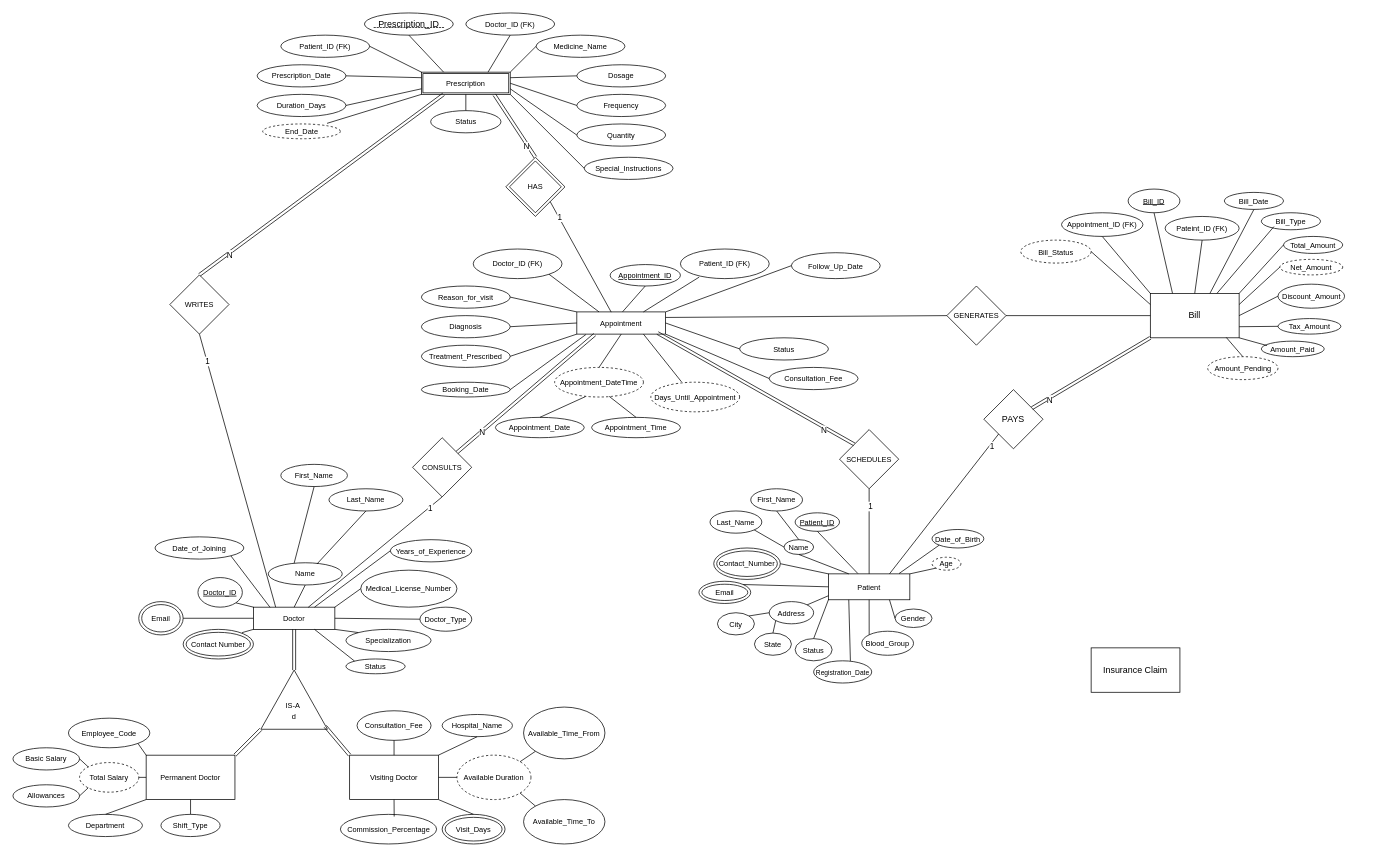
ivory-26/frontend-notes-app keeps this draw.io diagram as erdiagram.drawio. Above is the earlier version. Source tidied: cells renumbered, new cells numbered last; positions are measured from the earlier drawing's top-left corner, leaving out a move shared by most shapes. Both pictures are drawn from the tidied source at 74%, with x=0, y=0 at pixel (13, 13).
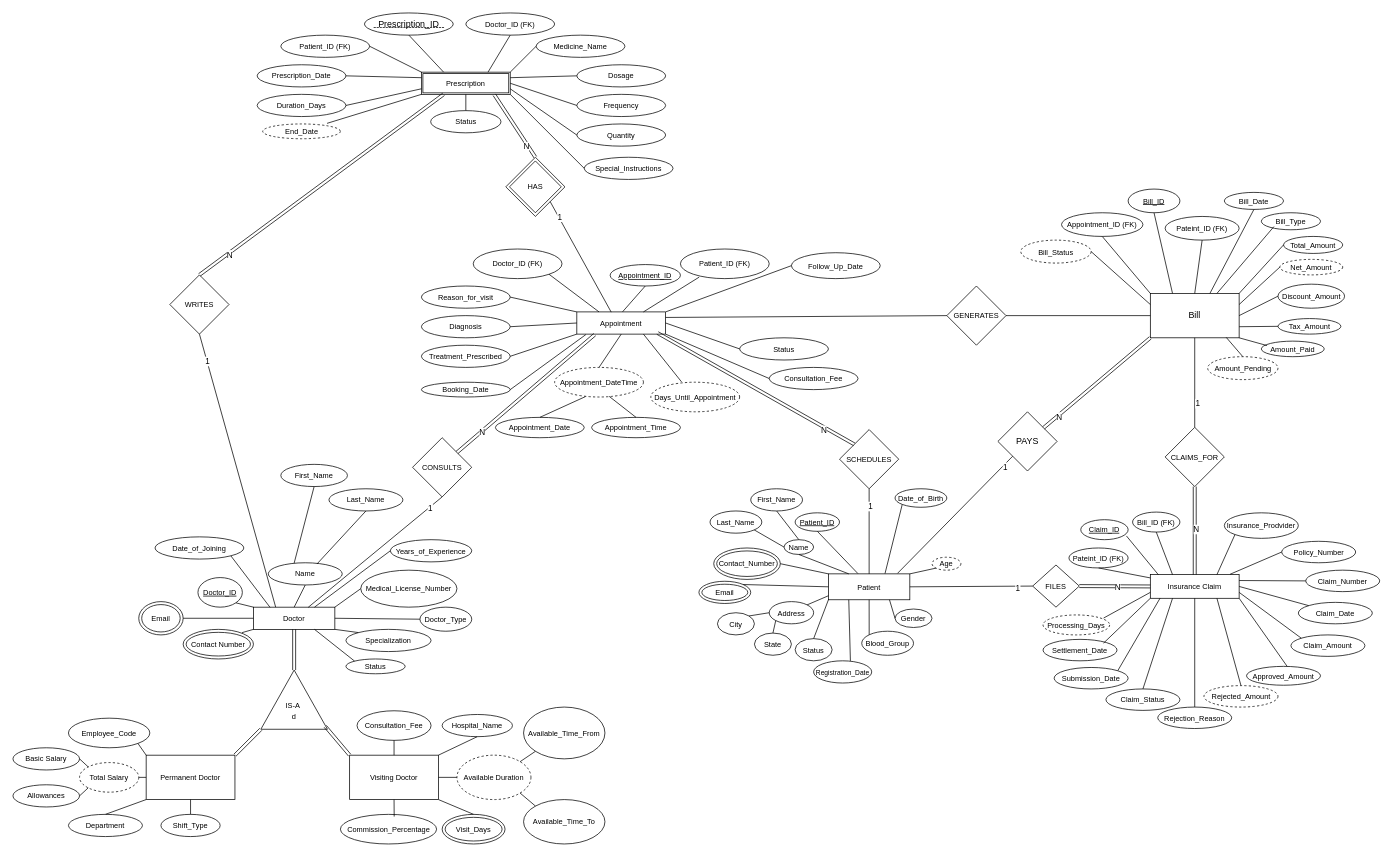
After the change.

Unchanged cells that the change refers to:
```xml
<mxCell id="60" value="&lt;font style=&quot;font-size: 10px;&quot;&gt;Patient&lt;/font&gt;" style="rounded=0;whiteSpace=wrap;html=1;" parent="1" vertex="1">
  <mxGeometry x="1102" y="758" width="110" height="35" as="geometry" />
</mxCell>
<mxCell id="131" value="Bill" style="rounded=0;whiteSpace=wrap;html=1;" parent="1" vertex="1">
  <mxGeometry x="1537" y="379" width="120" height="60" as="geometry" />
</mxCell>
```

Change to the diagram source:
```diff
@@
     <mxCell id="65" value="&lt;font style=&quot;font-size: 10px;&quot;&gt;Date_of_Birth&lt;/font&gt;" style="ellipse;whiteSpace=wrap;html=1;" parent="1" vertex="1">
-      <mxGeometry x="1242" y="698" width="70" height="25" as="geometry" />
+      <mxGeometry x="1192" y="643" width="70" height="25" as="geometry" />
     </mxCell>
@@
-    <mxCell id="80" style="endArrow=none;html=1;rounded=0;entryX=0;entryY=1;entryDx=0;entryDy=0;exitX=0.867;exitY=-0.011;exitDx=0;exitDy=0;exitPerimeter=0;" parent="1" edge="1" source="60" target="65">
+    <mxCell id="80" style="endArrow=none;html=1;rounded=0;entryX=0;entryY=1;entryDx=0;entryDy=0;exitX=0.695;exitY=-0.011;exitDx=0;exitDy=0;exitPerimeter=0;" parent="1" edge="1" source="60" target="65">
       <mxGeometry relative="1" as="geometry" />
     </mxCell>
@@
-    <mxCell id="132" value="Insurance Claim" style="rounded=0;whiteSpace=wrap;html=1;" parent="1" vertex="1">
-      <mxGeometry x="1457" y="858" width="120" height="60" as="geometry" />
-    </mxCell>
@@
     <mxCell id="200" value="PAYS" style="rhombus;whiteSpace=wrap;html=1;" parent="1" vertex="1">
-      <mxGeometry x="1312" y="509" width="80" height="80" as="geometry" />
+      <mxGeometry x="1331" y="539" width="80" height="80" as="geometry" />
     </mxCell>
-    <mxCell id="201" style="endArrow=none;html=1;rounded=0;entryX=0;entryY=1;entryDx=0;entryDy=0;exitX=0.75;exitY=0;exitDx=0;exitDy=0;" parent="1" edge="1" source="60" target="200">
+    <mxCell id="201" style="endArrow=none;html=1;rounded=0;entryX=0;entryY=1;entryDx=0;entryDy=0;exitX=0.849;exitY=-0.021;exitDx=0;exitDy=0;exitPerimeter=0;" parent="1" edge="1" source="60" target="200">
       <mxGeometry relative="1" as="geometry" />
     </mxCell>
@@
+    <mxCell id="132" value="&lt;font style=&quot;font-size: 10px;&quot;&gt;Insurance Claim&lt;/font&gt;" style="rounded=0;whiteSpace=wrap;html=1;" parent="1" vertex="1">
+      <mxGeometry x="1537" y="759" width="120" height="32" as="geometry" />
+    </mxCell>
+    <mxCell id="205" value="&lt;font style=&quot;font-size: 10px;&quot;&gt;FILES&lt;/font&gt;" style="rhombus;whiteSpace=wrap;html=1;" parent="1" vertex="1">
+      <mxGeometry x="1378" y="746" width="63" height="57" as="geometry" />
+    </mxCell>
+    <mxCell id="206" style="endArrow=none;html=1;rounded=0;exitX=1;exitY=0.5;exitDx=0;exitDy=0;entryX=0;entryY=0.5;entryDx=0;entryDy=0;" parent="1" edge="1" source="60" target="205">
+      <mxGeometry relative="1" as="geometry" />
+    </mxCell>
+    <mxCell id="207" value="1" style="edgeLabel;html=1;align=center;verticalAlign=middle;" parent="206" vertex="1">
+      <mxGeometry x="0.75" y="-3" relative="1" as="geometry" />
+    </mxCell>
+    <mxCell id="208" style="shape=link;html=1;rounded=0;exitX=1;exitY=0.5;exitDx=0;exitDy=0;entryX=0;entryY=0.5;entryDx=0;entryDy=0;" parent="1" edge="1" source="205" target="132">
+      <mxGeometry relative="1" as="geometry" />
+    </mxCell>
+    <mxCell id="209" value="N" style="edgeLabel;html=1;align=center;verticalAlign=middle;" parent="208" vertex="1">
+      <mxGeometry x="0.07" y="-1" relative="1" as="geometry">
+        <mxPoint x="1" as="offset" />
+      </mxGeometry>
+    </mxCell>
+    <mxCell id="210" value="&lt;font style=&quot;font-size: 10px;&quot;&gt;CLAIMS_FOR&lt;/font&gt;" style="rhombus;whiteSpace=wrap;html=1;" parent="1" vertex="1">
+      <mxGeometry x="1557" y="560" width="80" height="80" as="geometry" />
+    </mxCell>
+    <mxCell id="211" style="endArrow=none;html=1;rounded=0;entryX=0.5;entryY=1;entryDx=0;entryDy=0;exitX=0.5;exitY=0;exitDx=0;exitDy=0;" parent="1" edge="1" source="210" target="131">
+      <mxGeometry relative="1" as="geometry" />
+    </mxCell>
+    <mxCell id="212" value="1" style="edgeLabel;html=1;align=center;verticalAlign=middle;" parent="211" vertex="1">
+      <mxGeometry x="-0.45" y="-3" relative="1" as="geometry" />
+    </mxCell>
+    <mxCell id="213" style="shape=link;html=1;rounded=0;exitX=0.5;exitY=1;exitDx=0;exitDy=0;entryX=0.5;entryY=0;entryDx=0;entryDy=0;" parent="1" edge="1" source="210" target="132">
+      <mxGeometry relative="1" as="geometry" />
+    </mxCell>
+    <mxCell id="214" value="N" style="edgeLabel;html=1;align=center;verticalAlign=middle;" parent="213" vertex="1">
+      <mxGeometry x="-0.04" y="1" relative="1" as="geometry" />
+    </mxCell>
+    <mxCell id="215" value="&lt;font style=&quot;font-size: 10px;&quot;&gt;&lt;u&gt;Claim_ID&lt;/u&gt;&lt;/font&gt;" style="ellipse;whiteSpace=wrap;html=1;" parent="1" vertex="1">
+      <mxGeometry x="1443" y="684.8" width="64" height="27" as="geometry" />
+    </mxCell>
+    <mxCell id="216" value="&lt;font style=&quot;font-size: 10px;&quot;&gt;Bill_ID (FK)&lt;/font&gt;" style="ellipse;whiteSpace=wrap;html=1;" parent="1" vertex="1">
+      <mxGeometry x="1513" y="674.5" width="64" height="27" as="geometry" />
+    </mxCell>
+    <mxCell id="217" value="&lt;font style=&quot;font-size: 10px;&quot;&gt;Pateint_ID (FK)&lt;/font&gt;" style="ellipse;whiteSpace=wrap;html=1;" parent="1" vertex="1">
+      <mxGeometry x="1427" y="723" width="80" height="27" as="geometry" />
+    </mxCell>
+    <mxCell id="218" value="&lt;span style=&quot;font-size: 10px;&quot;&gt;Insurance_Prodvider&lt;/span&gt;" style="ellipse;whiteSpace=wrap;html=1;" parent="1" vertex="1">
+      <mxGeometry x="1637" y="675.5" width="100" height="34.5" as="geometry" />
+    </mxCell>
+    <mxCell id="219" value="&lt;span style=&quot;font-size: 10px;&quot;&gt;Policy_Number&lt;/span&gt;" style="ellipse;whiteSpace=wrap;html=1;" parent="1" vertex="1">
+      <mxGeometry x="1714.5" y="714" width="100" height="29" as="geometry" />
+    </mxCell>
+    <mxCell id="220" value="&lt;span style=&quot;font-size: 10px;&quot;&gt;Claim_Number&lt;/span&gt;" style="ellipse;whiteSpace=wrap;html=1;" parent="1" vertex="1">
+      <mxGeometry x="1747" y="753" width="100" height="29" as="geometry" />
+    </mxCell>
+    <mxCell id="221" value="&lt;span style=&quot;font-size: 10px;&quot;&gt;Claim_Date&lt;/span&gt;" style="ellipse;whiteSpace=wrap;html=1;" parent="1" vertex="1">
+      <mxGeometry x="1737" y="796.5" width="100" height="29" as="geometry" />
+    </mxCell>
+    <mxCell id="222" value="&lt;span style=&quot;font-size: 10px;&quot;&gt;Claim_Amount&lt;/span&gt;" style="ellipse;whiteSpace=wrap;html=1;" parent="1" vertex="1">
+      <mxGeometry x="1727" y="840.5" width="100" height="29" as="geometry" />
+    </mxCell>
+    <mxCell id="223" value="&lt;span style=&quot;font-size: 10px;&quot;&gt;Approved_Amount&lt;/span&gt;" style="ellipse;whiteSpace=wrap;html=1;" parent="1" vertex="1">
+      <mxGeometry x="1667" y="883" width="100" height="25.5" as="geometry" />
+    </mxCell>
+    <mxCell id="224" value="&lt;span style=&quot;font-size: 10px;&quot;&gt;Rejected_Amount&lt;/span&gt;" style="ellipse;whiteSpace=wrap;html=1;dashed=1;" parent="1" vertex="1">
+      <mxGeometry x="1609.5" y="909" width="100" height="29" as="geometry" />
+    </mxCell>
+    <mxCell id="225" value="&lt;span style=&quot;font-size: 10px;&quot;&gt;Rejection_Reason&lt;/span&gt;" style="ellipse;whiteSpace=wrap;html=1;" parent="1" vertex="1">
+      <mxGeometry x="1547" y="938" width="100" height="29" as="geometry" />
+    </mxCell>
+    <mxCell id="226" value="&lt;span style=&quot;font-size: 10px;&quot;&gt;Claim_Status&lt;/span&gt;" style="ellipse;whiteSpace=wrap;html=1;" parent="1" vertex="1">
+      <mxGeometry x="1477" y="913.5" width="100" height="29" as="geometry" />
+    </mxCell>
+    <mxCell id="227" value="&lt;span style=&quot;font-size: 10px;&quot;&gt;Submission_Date&lt;/span&gt;" style="ellipse;whiteSpace=wrap;html=1;" parent="1" vertex="1">
+      <mxGeometry x="1407" y="884.5" width="100" height="29" as="geometry" />
+    </mxCell>
+    <mxCell id="228" value="&lt;span style=&quot;font-size: 10px;&quot;&gt;Settlement_Date&lt;/span&gt;" style="ellipse;whiteSpace=wrap;html=1;" parent="1" vertex="1">
+      <mxGeometry x="1392" y="846.5" width="100" height="29" as="geometry" />
+    </mxCell>
+    <mxCell id="229" value="&lt;span style=&quot;font-size: 10px;&quot;&gt;Processing_Days&lt;/span&gt;" style="ellipse;whiteSpace=wrap;html=1;dashed=1;" parent="1" vertex="1">
+      <mxGeometry x="1392" y="813.5" width="90" height="27" as="geometry" />
+    </mxCell>
+    <mxCell id="230" style="endArrow=none;html=1;rounded=0;entryX=0.5;entryY=1;entryDx=0;entryDy=0;" parent="1" edge="1" source="132" target="217">
+      <mxGeometry relative="1" as="geometry" />
+    </mxCell>
+    <mxCell id="231" style="endArrow=none;html=1;rounded=0;entryX=0.964;entryY=0.812;entryDx=0;entryDy=0;entryPerimeter=0;exitX=0.092;exitY=0.01;exitDx=0;exitDy=0;exitPerimeter=0;" parent="1" edge="1" source="132" target="215">
+      <mxGeometry relative="1" as="geometry" />
+    </mxCell>
+    <mxCell id="232" style="endArrow=none;html=1;rounded=0;entryX=0.5;entryY=1;entryDx=0;entryDy=0;exitX=0.25;exitY=0;exitDx=0;exitDy=0;" parent="1" edge="1" source="132" target="216">
+      <mxGeometry relative="1" as="geometry" />
+    </mxCell>
+    <mxCell id="233" style="endArrow=none;html=1;rounded=0;entryX=0;entryY=1;entryDx=0;entryDy=0;exitX=0.75;exitY=0;exitDx=0;exitDy=0;" parent="1" edge="1" source="132" target="218">
+      <mxGeometry relative="1" as="geometry" />
+    </mxCell>
+    <mxCell id="234" style="endArrow=none;html=1;rounded=0;entryX=0;entryY=0.5;entryDx=0;entryDy=0;exitX=0.898;exitY=-0.015;exitDx=0;exitDy=0;exitPerimeter=0;" parent="1" edge="1" source="132" target="219">
+      <mxGeometry relative="1" as="geometry" />
+    </mxCell>
+    <mxCell id="235" style="endArrow=none;html=1;rounded=0;entryX=0;entryY=0.5;entryDx=0;entryDy=0;exitX=1;exitY=0.25;exitDx=0;exitDy=0;" parent="1" edge="1" source="132" target="220">
+      <mxGeometry relative="1" as="geometry" />
+    </mxCell>
+    <mxCell id="236" style="endArrow=none;html=1;rounded=0;entryX=0;entryY=0;entryDx=0;entryDy=0;exitX=1;exitY=0.5;exitDx=0;exitDy=0;" parent="1" edge="1" source="132" target="221">
+      <mxGeometry relative="1" as="geometry" />
+    </mxCell>
+    <mxCell id="237" style="endArrow=none;html=1;rounded=0;entryX=1;entryY=0.75;entryDx=0;entryDy=0;exitX=0;exitY=0;exitDx=0;exitDy=0;" parent="1" edge="1" source="222" target="132">
+      <mxGeometry relative="1" as="geometry" />
+    </mxCell>
+    <mxCell id="238" style="endArrow=none;html=1;rounded=0;entryX=1;entryY=1;entryDx=0;entryDy=0;exitX=0.549;exitY=0;exitDx=0;exitDy=0;exitPerimeter=0;" parent="1" edge="1" source="223" target="132">
+      <mxGeometry relative="1" as="geometry" />
+    </mxCell>
+    <mxCell id="239" style="endArrow=none;html=1;rounded=0;entryX=0.75;entryY=1;entryDx=0;entryDy=0;exitX=0.5;exitY=0;exitDx=0;exitDy=0;" parent="1" edge="1" source="224" target="132">
+      <mxGeometry relative="1" as="geometry" />
+    </mxCell>
+    <mxCell id="240" style="endArrow=none;html=1;rounded=0;exitX=0.5;exitY=0;exitDx=0;exitDy=0;entryX=0.5;entryY=1;entryDx=0;entryDy=0;" parent="1" edge="1" source="225" target="132">
+      <mxGeometry relative="1" as="geometry" />
+    </mxCell>
+    <mxCell id="241" style="endArrow=none;html=1;rounded=0;entryX=0.25;entryY=1;entryDx=0;entryDy=0;exitX=0.5;exitY=0;exitDx=0;exitDy=0;" parent="1" edge="1" source="226" target="132">
+      <mxGeometry relative="1" as="geometry" />
+    </mxCell>
+    <mxCell id="242" style="endArrow=none;html=1;rounded=0;entryX=0.11;entryY=0.993;entryDx=0;entryDy=0;exitX=1;exitY=0;exitDx=0;exitDy=0;entryPerimeter=0;" parent="1" edge="1" source="227" target="132">
+      <mxGeometry relative="1" as="geometry" />
+    </mxCell>
+    <mxCell id="243" style="endArrow=none;html=1;rounded=0;entryX=0;entryY=1;entryDx=0;entryDy=0;exitX=0.818;exitY=0.175;exitDx=0;exitDy=0;exitPerimeter=0;" parent="1" edge="1" source="228" target="132">
+      <mxGeometry relative="1" as="geometry" />
+    </mxCell>
+    <mxCell id="244" style="endArrow=none;html=1;rounded=0;entryX=0;entryY=0.75;entryDx=0;entryDy=0;exitX=0.909;exitY=0.157;exitDx=0;exitDy=0;exitPerimeter=0;" parent="1" edge="1" source="229" target="132">
+      <mxGeometry relative="1" as="geometry" />
+    </mxCell>
```
